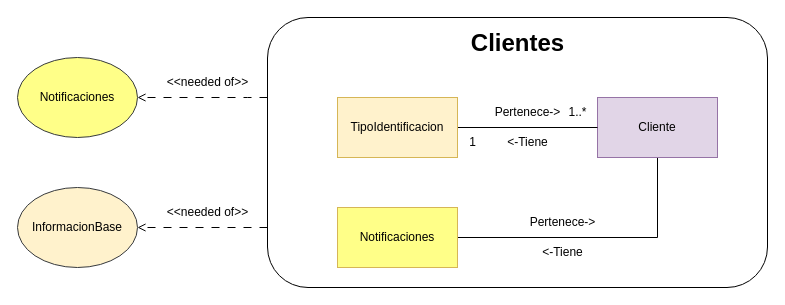
This is page "4.10 Clientes-ModeloDomonioAcotado" (13 of 16) of SpaOnline/ModeloDominioSpa.drawio from cristianospina/DOO, a draw.io file, before an edit. Source tidied: cells renumbered, new cells numbered last; positions are measured from the earlier drawing's top-left corner, leaving out a move shared by most shapes. Both pictures are drawn from the tidied source at 100%, with x=0, y=0 at pixel (17, 17).
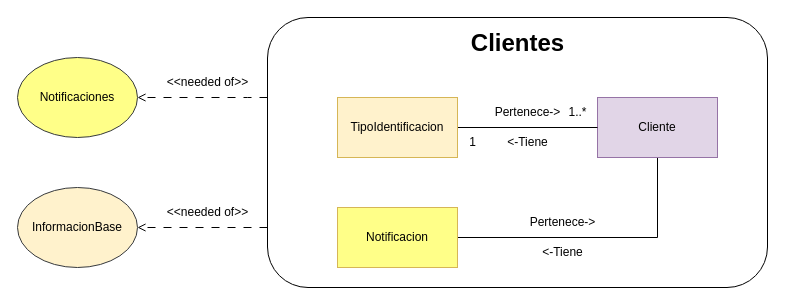
The same page after the edit.

What changed in the source:
```diff
@@
-    <mxCell id="17" value="Notificaciones" style="rounded=0;whiteSpace=wrap;html=1;fillColor=#FFFF88;strokeColor=#d6b656;" parent="1" vertex="1">
+    <mxCell id="17" value="Notificacion" style="rounded=0;whiteSpace=wrap;html=1;fillColor=#FFFF88;strokeColor=#d6b656;" parent="1" vertex="1">
       <mxGeometry x="320" y="190" width="120" height="60" as="geometry" />
     </mxCell>
```
